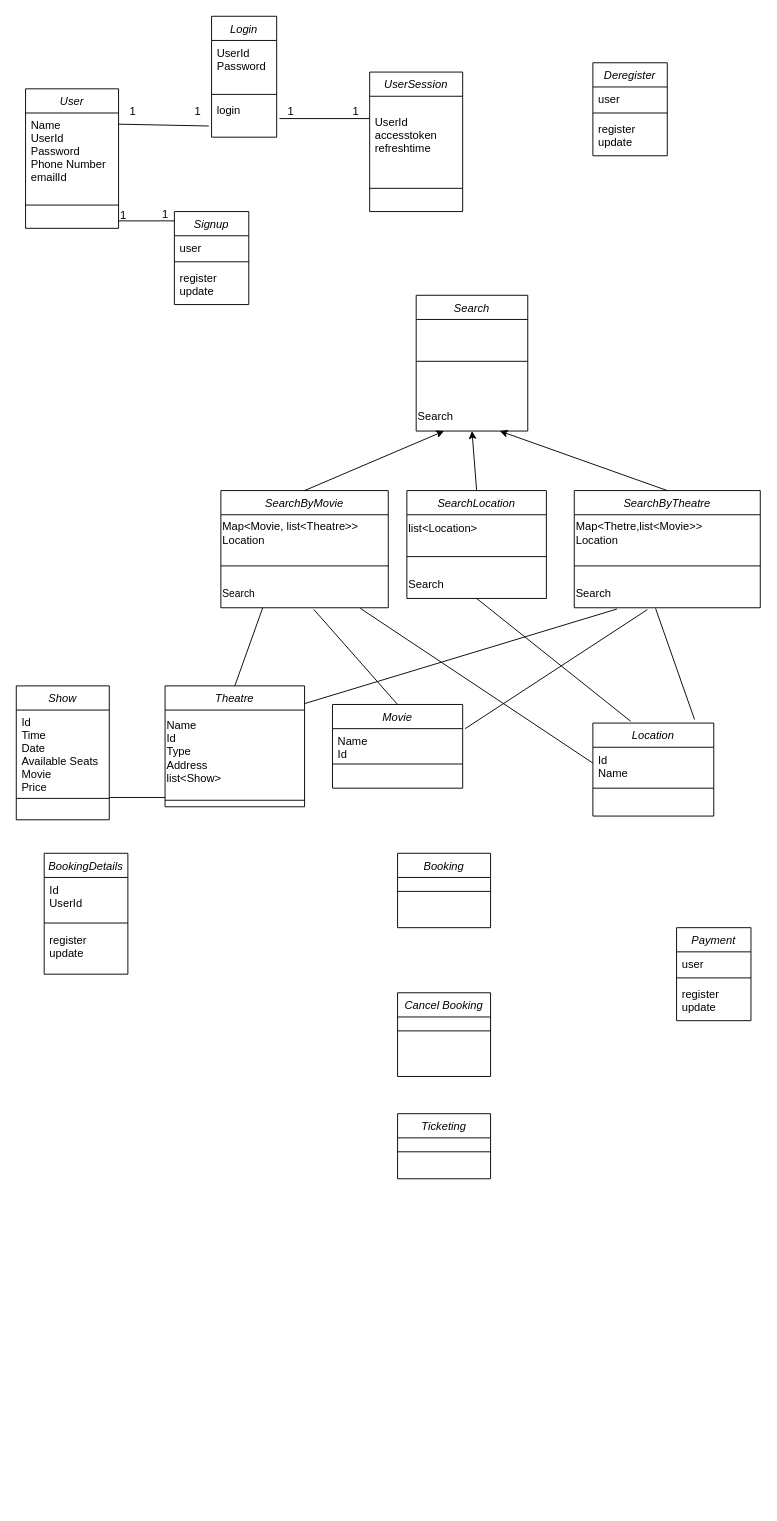
This is architecture/Class_Diagram.drawio from ainapurbasavaraj/Movie_Reservation_System, a draw.io file, before an edit. Source tidied: cells renumbered, new cells numbered last; positions are measured from the earlier drawing's top-left corner, leaving out a move shared by most shapes. Both pictures are drawn from the tidied source at 93%, with x=0, y=0 at pixel (16, 16).
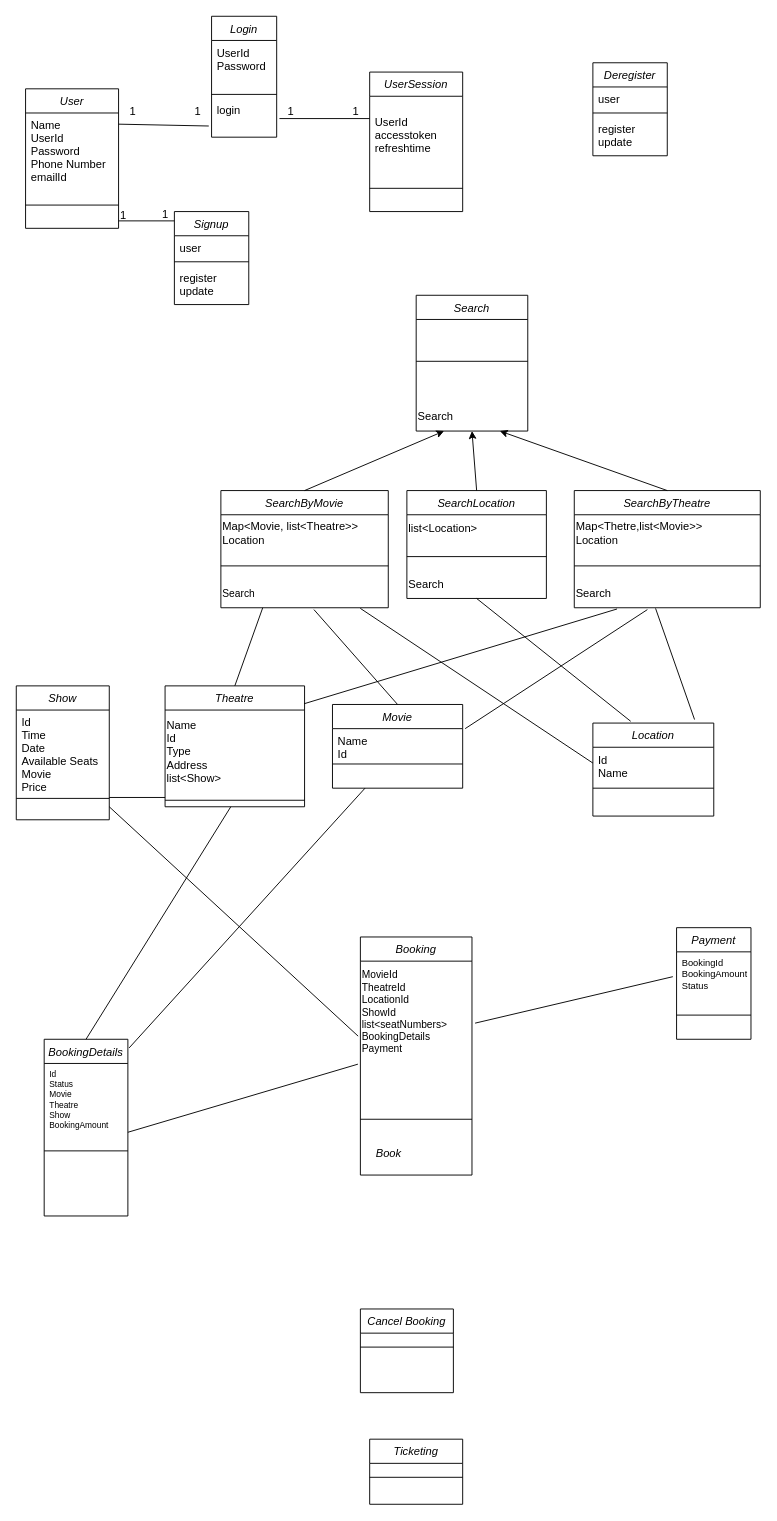
The same diagram, later.

Unchanged cells that the change refers to:
```xml
<mxCell id="45" style="line;html=1;strokeWidth=1;align=left;verticalAlign=middle;spacingTop=-1;spacingLeft=3;spacingRight=3;labelPosition=right;points=[];portConstraint=eastwest;fillStyle=hatch;" parent="43" vertex="1">
  <mxGeometry y="116" width="150" height="14" as="geometry" />
</mxCell>
<mxCell id="60" value="Movie" style="swimlane;fontStyle=2;align=center;verticalAlign=top;horizontal=1;startSize=26;rounded=0;shadow=0;strokeWidth=1;" parent="1" vertex="1">
  <mxGeometry x="340" y="740" width="140" height="90" as="geometry" />
</mxCell>
```

The edit, as a diff of the source:
```diff
@@
     <mxCell id="29" value="Booking" style="swimlane;fontStyle=2;align=center;verticalAlign=top;horizontal=1;startSize=26;rounded=0;shadow=0;strokeWidth=1;" parent="1" vertex="1">
-      <mxGeometry x="410" y="900" width="100" height="80" as="geometry" />
+      <mxGeometry x="370" y="990" width="120" height="256" as="geometry" />
     </mxCell>
+    <mxCell id="81" value="&lt;div style=&quot;font-size: 11px;&quot;&gt;&lt;span style=&quot;background-color: initial;&quot;&gt;&lt;font style=&quot;font-size: 11px;&quot;&gt;MovieId&lt;/font&gt;&lt;/span&gt;&lt;/div&gt;&lt;div style=&quot;font-size: 11px;&quot;&gt;&lt;span style=&quot;background-color: initial;&quot;&gt;&lt;font style=&quot;font-size: 11px;&quot;&gt;TheatreId&lt;/font&gt;&lt;/span&gt;&lt;/div&gt;&lt;div style=&quot;font-size: 11px;&quot;&gt;&lt;span style=&quot;background-color: initial;&quot;&gt;&lt;font style=&quot;font-size: 11px;&quot;&gt;LocationId&lt;br&gt;ShowId&lt;br&gt;list&amp;lt;seatNumbers&amp;gt;&lt;br&gt;BookingDetails&lt;br&gt;Payment&lt;/font&gt;&lt;/span&gt;&lt;/div&gt;" style="text;html=1;align=left;verticalAlign=middle;points=[];strokeColor=none;fillColor=none;" parent="29" vertex="1">
+      <mxGeometry y="26" width="120" height="110" as="geometry" />
+    </mxCell>
     <mxCell id="30" style="line;html=1;strokeWidth=1;align=left;verticalAlign=middle;spacingTop=-1;spacingLeft=3;spacingRight=3;labelPosition=right;" parent="29" vertex="1">
-      <mxGeometry y="26" width="100" height="30" as="geometry" />
+      <mxGeometry y="136" width="120" height="120" as="geometry" />
     </mxCell>
     <mxCell id="31" value="Cancel Booking" style="swimlane;fontStyle=2;align=center;verticalAlign=top;horizontal=1;startSize=26;rounded=0;shadow=0;strokeWidth=1;" parent="1" vertex="1">
-      <mxGeometry x="410" y="1050" width="100" height="90" as="geometry" />
+      <mxGeometry x="370" y="1390" width="100" height="90" as="geometry" />
     </mxCell>
@@
     <mxCell id="46" value="BookingDetails" style="swimlane;fontStyle=2;align=center;verticalAlign=top;horizontal=1;startSize=26;rounded=0;shadow=0;strokeWidth=1;" parent="1" vertex="1">
-      <mxGeometry x="30" y="900" width="90" height="130" as="geometry" />
+      <mxGeometry x="30" y="1100" width="90" height="190" as="geometry" />
     </mxCell>
-    <mxCell id="47" value="Id&#10;UserId" style="text;align=left;verticalAlign=top;spacingLeft=4;spacingRight=4;overflow=hidden;rounded=0;shadow=0;html=0;" parent="46" vertex="1">
-      <mxGeometry y="26" width="90" height="44" as="geometry" />
+    <mxCell id="47" value="Id&#10;Status&#10;Movie&#10;Theatre&#10;Show&#10;BookingAmount" style="text;align=left;verticalAlign=top;spacingLeft=4;spacingRight=4;overflow=hidden;rounded=0;shadow=0;html=0;fontSize=9;" parent="46" vertex="1">
+      <mxGeometry y="26" width="90" height="84" as="geometry" />
     </mxCell>
     <mxCell id="48" style="line;html=1;strokeWidth=1;align=left;verticalAlign=middle;spacingTop=-1;spacingLeft=3;spacingRight=3;labelPosition=right;" parent="46" vertex="1">
-      <mxGeometry y="70" width="90" height="10" as="geometry" />
+      <mxGeometry y="110" width="90" height="20" as="geometry" />
     </mxCell>
-    <mxCell id="49" value="register&#10;update" style="text;align=left;verticalAlign=top;spacingLeft=4;spacingRight=4;overflow=hidden;" parent="46" vertex="1">
-      <mxGeometry y="80" width="90" height="32" as="geometry" />
-    </mxCell>
@@
     <mxCell id="54" value="Ticketing" style="swimlane;fontStyle=2;align=center;verticalAlign=top;horizontal=1;startSize=26;rounded=0;shadow=0;strokeWidth=1;" parent="1" vertex="1">
-      <mxGeometry x="410" y="1180" width="100" height="70" as="geometry" />
+      <mxGeometry x="380" y="1530" width="100" height="70" as="geometry" />
     </mxCell>
@@
     <mxCell id="56" value="Payment" style="swimlane;fontStyle=2;align=center;verticalAlign=top;horizontal=1;startSize=26;rounded=0;shadow=0;strokeWidth=1;" parent="1" vertex="1">
-      <mxGeometry x="710" y="980" width="80" height="100" as="geometry" />
+      <mxGeometry x="710" y="980" width="80" height="120" as="geometry" />
     </mxCell>
-    <mxCell id="57" value="user" style="text;align=left;verticalAlign=top;spacingLeft=4;spacingRight=4;overflow=hidden;points=[[0,0.5],[1,0.5]];portConstraint=eastwest;rounded=0;shadow=0;html=0;" parent="56" vertex="1">
-      <mxGeometry y="26" width="80" height="24" as="geometry" />
+    <mxCell id="57" value="BookingId&#10;BookingAmount&#10;Status" style="text;align=left;verticalAlign=top;spacingLeft=4;spacingRight=4;overflow=hidden;points=[[0,0.5],[1,0.5]];portConstraint=eastwest;rounded=0;shadow=0;html=0;fontSize=10;" parent="56" vertex="1">
+      <mxGeometry y="26" width="80" height="64" as="geometry" />
     </mxCell>
     <mxCell id="58" style="line;html=1;strokeWidth=1;align=left;verticalAlign=middle;spacingTop=-1;spacingLeft=3;spacingRight=3;labelPosition=right;" parent="56" vertex="1">
-      <mxGeometry y="50" width="80" height="8" as="geometry" />
+      <mxGeometry y="90" width="80" height="8" as="geometry" />
     </mxCell>
-    <mxCell id="59" value="register&#10;update" style="text;align=left;verticalAlign=top;spacingLeft=4;spacingRight=4;overflow=hidden;" parent="56" vertex="1">
-      <mxGeometry y="58" width="80" height="32" as="geometry" />
-    </mxCell>
@@
+    <mxCell id="82" style="endArrow=none;html=1;rounded=0;entryX=-0.02;entryY=0.733;entryDx=0;entryDy=0;entryPerimeter=0;" parent="1" edge="1" target="81">
+      <mxGeometry relative="1" as="geometry">
+        <mxPoint x="100" y="850" as="sourcePoint" />
+      </mxGeometry>
+    </mxCell>
+    <mxCell id="83" style="endArrow=none;html=1;rounded=0;entryX=-0.022;entryY=1.007;entryDx=0;entryDy=0;entryPerimeter=0;" parent="1" edge="1" target="81">
+      <mxGeometry relative="1" as="geometry">
+        <mxPoint x="120" y="1200" as="sourcePoint" />
+      </mxGeometry>
+    </mxCell>
+    <mxCell id="84" style="endArrow=none;html=1;rounded=0;entryX=0.25;entryY=1;entryDx=0;entryDy=0;exitX=1.015;exitY=0.049;exitDx=0;exitDy=0;exitPerimeter=0;" parent="1" edge="1" source="46" target="60">
+      <mxGeometry relative="1" as="geometry" />
+    </mxCell>
+    <mxCell id="85" style="endArrow=none;html=1;rounded=0;exitX=0.5;exitY=0;exitDx=0;exitDy=0;" parent="1" edge="1" source="46" target="45">
+      <mxGeometry relative="1" as="geometry" />
+    </mxCell>
+    <mxCell id="86" style="endArrow=none;html=1;rounded=0;entryX=-0.05;entryY=0.417;entryDx=0;entryDy=0;entryPerimeter=0;exitX=1.028;exitY=0.606;exitDx=0;exitDy=0;exitPerimeter=0;" parent="1" edge="1" source="81" target="57">
+      <mxGeometry relative="1" as="geometry" />
+    </mxCell>
+    <mxCell id="87" value="&lt;i&gt;Book&lt;/i&gt;" style="text;html=1;align=left;verticalAlign=middle;strokeColor=none;fillColor=none;" parent="1" vertex="1">
+      <mxGeometry x="385" y="1208" width="50" height="30" as="geometry" />
+    </mxCell>
```
